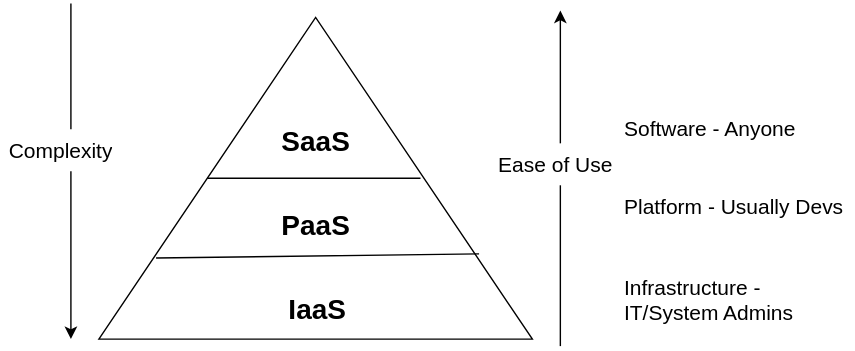
Earlier version of the draw.io export assets/images/cloud-service-models.svg (Sreno1/suds). Source tidied: cells renumbered, new cells last; positions are measured from the earlier drawing's top-left corner, leaving out a move shared by most shapes.
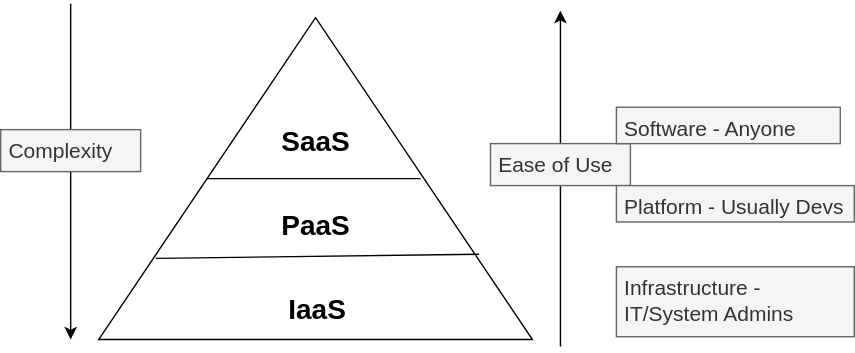
After the change.

What changed in the source:
```diff
@@ -37,7 +37,7 @@
         <mxPoint x="50" y="30" as="sourcePoint" />
       </mxGeometry>
     </mxCell>
-    <mxCell id="11" value="&lt;font style=&quot;font-size: 15px;&quot;&gt;Complexity&lt;/font&gt;" style="text;strokeColor=none;fillColor=none;align=left;verticalAlign=top;spacingLeft=4;spacingRight=4;overflow=hidden;points=[[0,0.5],[1,0.5]];portConstraint=eastwest;whiteSpace=wrap;html=1;" parent="1" vertex="1">
+    <mxCell id="11" value="&lt;font style=&quot;font-size: 15px;&quot;&gt;Complexity&lt;/font&gt;" style="text;strokeColor=#666666;fillColor=#f5f5f5;align=left;verticalAlign=top;spacingLeft=4;spacingRight=4;overflow=hidden;points=[[0,0.5],[1,0.5]];portConstraint=eastwest;whiteSpace=wrap;html=1;fontColor=#333333;" parent="1" vertex="1">
       <mxGeometry y="120" width="100" height="30" as="geometry" />
     </mxCell>
     <mxCell id="12" style="endArrow=none;html=1;" parent="1" edge="1" target="13">
@@ -45,16 +45,16 @@
         <mxPoint x="400" y="275" as="sourcePoint" />
       </mxGeometry>
     </mxCell>
-    <mxCell id="13" value="&lt;font style=&quot;font-size: 15px;&quot;&gt;Ease of Use&lt;br&gt;&lt;br&gt;&lt;/font&gt;" style="text;strokeColor=none;fillColor=none;align=left;verticalAlign=top;spacingLeft=4;spacingRight=4;overflow=hidden;points=[[0,0.5],[1,0.5]];portConstraint=eastwest;whiteSpace=wrap;html=1;" parent="1" vertex="1">
+    <mxCell id="13" value="&lt;font style=&quot;font-size: 15px;&quot;&gt;Ease of Use&lt;br&gt;&lt;br&gt;&lt;/font&gt;" style="text;align=left;verticalAlign=top;spacingLeft=4;spacingRight=4;overflow=hidden;points=[[0,0.5],[1,0.5]];portConstraint=eastwest;whiteSpace=wrap;html=1;fillColor=#f5f5f5;fontColor=#333333;strokeColor=#666666;" parent="1" vertex="1">
       <mxGeometry x="350" y="130" width="100" height="30" as="geometry" />
     </mxCell>
-    <mxCell id="14" value="Software - Anyone" style="text;strokeColor=none;fillColor=none;align=left;verticalAlign=top;spacingLeft=4;spacingRight=4;overflow=hidden;whiteSpace=wrap;html=1;fontSize=15;" parent="1" vertex="1">
+    <mxCell id="14" value="Software - Anyone" style="text;align=left;verticalAlign=top;spacingLeft=4;spacingRight=4;overflow=hidden;whiteSpace=wrap;html=1;fontSize=15;fillColor=#f5f5f5;fontColor=#333333;strokeColor=#666666;" parent="1" vertex="1">
       <mxGeometry x="440" y="104" width="160" height="26" as="geometry" />
     </mxCell>
-    <mxCell id="15" value="Platform - Usually Devs" style="text;strokeColor=none;fillColor=none;align=left;verticalAlign=top;spacingLeft=4;spacingRight=4;overflow=hidden;whiteSpace=wrap;html=1;fontSize=15;" parent="1" vertex="1">
+    <mxCell id="15" value="Platform - Usually Devs" style="text;strokeColor=#666666;fillColor=#f5f5f5;align=left;verticalAlign=top;spacingLeft=4;spacingRight=4;overflow=hidden;whiteSpace=wrap;html=1;fontSize=15;fontColor=#333333;" parent="1" vertex="1">
       <mxGeometry x="440" y="160" width="170" height="26" as="geometry" />
     </mxCell>
-    <mxCell id="16" value="Infrastructure - IT/System Admins" style="text;strokeColor=none;fillColor=none;align=left;verticalAlign=top;spacingLeft=4;spacingRight=4;overflow=hidden;whiteSpace=wrap;html=1;fontSize=15;" parent="1" vertex="1">
+    <mxCell id="16" value="Infrastructure - IT/System Admins" style="text;strokeColor=#666666;fillColor=#f5f5f5;align=left;verticalAlign=top;spacingLeft=4;spacingRight=4;overflow=hidden;whiteSpace=wrap;html=1;fontSize=15;fontColor=#333333;" parent="1" vertex="1">
       <mxGeometry x="440" y="218" width="170" height="50" as="geometry" />
     </mxCell>
   </root>
```
